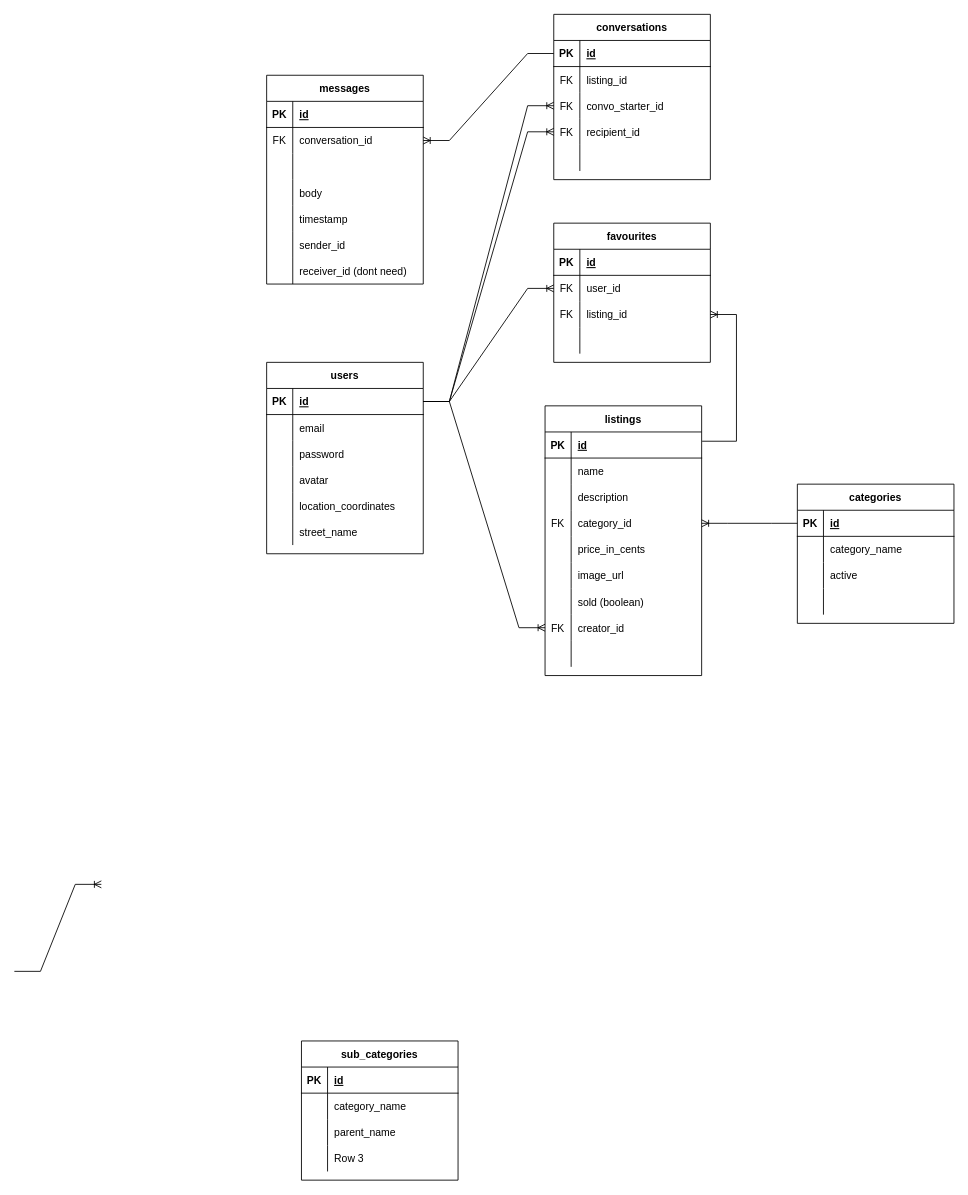
Above: planning/ERD.drawio in mckinnondave/Graigslist (draw.io), before the change. Source tidied: cells renumbered, new cells numbered last; positions are measured from the earlier drawing's top-left corner, leaving out a move shared by most shapes. Both pictures are drawn from the tidied source at 87%, with x=0, y=0 at pixel (14, 14).
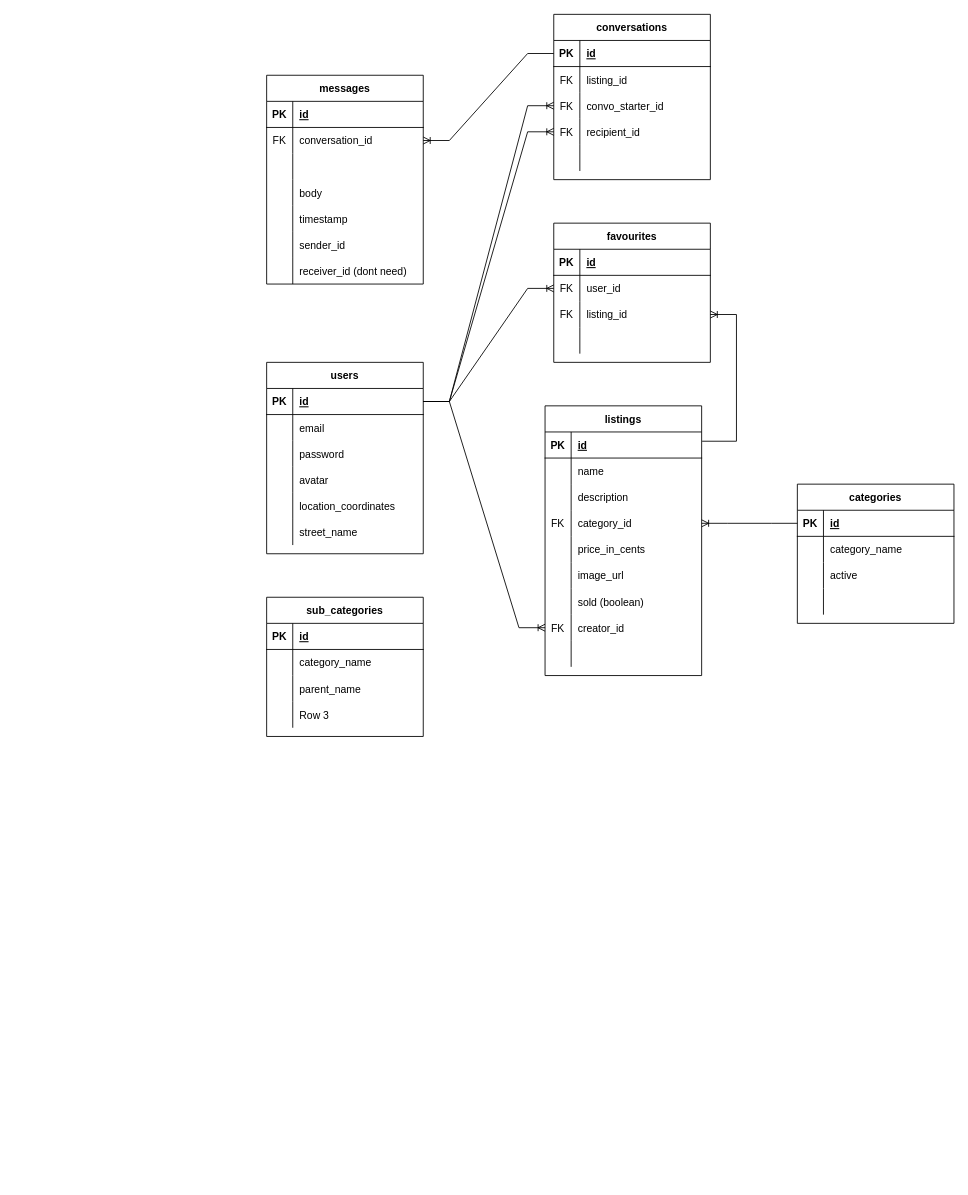
After the change.

Commit message (it also covers changes not shown here):
updating my erd drawing

The edit, as a diff of the source:
```diff
@@
     <mxCell id="79" value="sub_categories" style="shape=table;startSize=30;childLayout=tableLayout;rowLines=0;fontStyle=1;align=center;" parent="1" vertex="1">
-      <mxGeometry x="330" y="1180" width="180" height="160" as="geometry" />
+      <mxGeometry x="290" y="670" width="180" height="160" as="geometry" />
     </mxCell>
@@
-    <mxCell id="130" style="edgeStyle=entityRelationEdgeStyle;fontSize=12;html=1;endArrow=ERoneToMany;rounded=0;" parent="1" edge="1">
-      <mxGeometry relative="1" as="geometry">
-        <mxPoint y="1100" as="sourcePoint" />
-        <mxPoint x="100" y="1000" as="targetPoint" />
-      </mxGeometry>
-    </mxCell>
```
